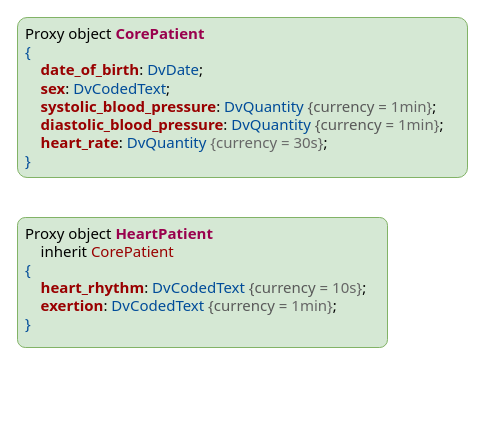
Before: docs/decision_language/diagrams/conceptual_proxy.drawio in openEHR/specifications-PROC, a draw.io diagram. Source tidied: cells renumbered, new cells numbered last; positions are measured from the earlier drawing's top-left corner, leaving out a move shared by most shapes. Both pictures are drawn from the tidied source at 100%, with x=0, y=0 at pixel (17, 17).
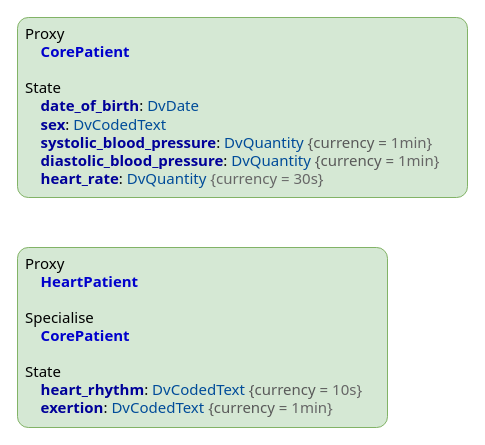
Above is the later version.

The edit, as a diff of the source:
```diff
@@
 <mxGraphModel>
   <root>
     <mxCell id="0" />
     <mxCell id="1" parent="0" />
-    <mxCell id="2" value="&lt;div style=&quot;font-size: 15px;&quot;&gt;&lt;font style=&quot;font-size: 15px&quot;&gt;&lt;span&gt;Proxy object&amp;nbsp;&lt;/span&gt;&lt;font style=&quot;font-size: 15px&quot;&gt;&lt;b style=&quot;color: rgb(153 , 0 , 77)&quot;&gt;HeartPatient&lt;/b&gt;&lt;font color=&quot;#004c99&quot;&gt;&amp;nbsp;&lt;/font&gt;&lt;/font&gt;&lt;/font&gt;&lt;/div&gt;&lt;div style=&quot;font-size: 15px;&quot;&gt;&lt;font style=&quot;font-size: 15px&quot;&gt;&lt;font style=&quot;font-size: 15px&quot;&gt;&lt;font color=&quot;#004c99&quot;&gt;&amp;nbsp; &amp;nbsp; &lt;/font&gt;inherit&lt;font color=&quot;#004c99&quot;&gt; &lt;/font&gt;&lt;font color=&quot;#990000&quot;&gt;CorePatient&lt;/font&gt;&lt;/font&gt;&lt;/font&gt;&lt;/div&gt;&lt;div style=&quot;font-size: 15px;&quot;&gt;&lt;font style=&quot;font-size: 15px&quot;&gt;&lt;font style=&quot;font-size: 15px&quot;&gt;&lt;font color=&quot;#004c99&quot;&gt;{&lt;/font&gt;&lt;/font&gt;&lt;/font&gt;&lt;/div&gt;&lt;font style=&quot;font-size: 15px&quot;&gt;&lt;b style=&quot;white-space: nowrap&quot;&gt;&lt;div style=&quot;&quot;&gt;&lt;b&gt;&lt;font color=&quot;#990000&quot; style=&quot;font-size: 15px&quot;&gt;&amp;nbsp; &amp;nbsp; heart_rhythm&lt;/font&gt;&lt;/b&gt;&lt;span style=&quot;font-weight: normal&quot;&gt;:&amp;nbsp;&lt;/span&gt;&lt;font color=&quot;#004c99&quot; style=&quot;font-weight: normal ; font-size: 15px&quot;&gt;DvCodedText&lt;/font&gt;&lt;span style=&quot;font-weight: normal&quot;&gt;&amp;nbsp;&lt;/span&gt;&lt;font color=&quot;#595959&quot; style=&quot;font-weight: normal ; font-size: 15px&quot;&gt;{currency =&amp;nbsp;&lt;/font&gt;&lt;font color=&quot;#666666&quot; style=&quot;font-weight: normal ; font-size: 15px&quot;&gt;10s}&lt;/font&gt;&lt;span style=&quot;font-weight: normal&quot;&gt;;&lt;/span&gt;&lt;/div&gt;&lt;div style=&quot;&quot;&gt;&lt;b style=&quot;&quot;&gt;&lt;div style=&quot;&quot;&gt;&lt;b&gt;&lt;font color=&quot;#990000&quot;&gt;&amp;nbsp; &amp;nbsp; exertion&lt;/font&gt;&lt;/b&gt;&lt;span style=&quot;font-weight: normal&quot;&gt;:&amp;nbsp;&lt;/span&gt;&lt;font color=&quot;#004c99&quot; style=&quot;font-weight: normal&quot;&gt;DvCodedText&lt;/font&gt;&lt;span style=&quot;font-weight: normal&quot;&gt;&amp;nbsp;&lt;/span&gt;&lt;font color=&quot;#595959&quot; style=&quot;font-weight: normal&quot;&gt;{currency =&amp;nbsp;&lt;/font&gt;&lt;font color=&quot;#666666&quot; style=&quot;font-weight: normal&quot;&gt;1min}&lt;/font&gt;&lt;span style=&quot;font-weight: normal&quot;&gt;;&lt;/span&gt;&lt;/div&gt;&lt;/b&gt;&lt;/div&gt;&lt;/b&gt;&lt;font style=&quot;white-space: nowrap ; font-size: 15px&quot;&gt;&lt;div style=&quot;&quot;&gt;&lt;span style=&quot;color: rgb(0 , 76 , 153)&quot;&gt;}&lt;/span&gt;&lt;br&gt;&lt;/div&gt;&lt;/font&gt;&lt;/font&gt;" style="rounded=1;whiteSpace=wrap;html=1;fontSize=16;arcSize=6;verticalAlign=top;fillColor=#d5e8d4;strokeColor=#82b366;fontFamily=Tahoma;align=left;spacingLeft=6;" parent="1" vertex="1">
-      <mxGeometry y="200" width="370" height="130" as="geometry" />
+    <mxCell id="2" value="&lt;div style=&quot;font-size: 15px&quot;&gt;&lt;font style=&quot;font-size: 15px&quot;&gt;&lt;span&gt;Proxy&lt;/span&gt;&lt;/font&gt;&lt;/div&gt;&lt;div style=&quot;font-size: 15px&quot;&gt;&lt;font style=&quot;font-size: 15px&quot;&gt;&lt;span&gt;&amp;nbsp; &amp;nbsp;&amp;nbsp;&lt;/span&gt;&lt;font style=&quot;font-size: 15px&quot;&gt;&lt;b&gt;&lt;font color=&quot;#0000cc&quot;&gt;HeartPatient&lt;/font&gt;&lt;/b&gt;&lt;font color=&quot;#004c99&quot;&gt;&amp;nbsp;&lt;/font&gt;&lt;/font&gt;&lt;/font&gt;&lt;/div&gt;&lt;div style=&quot;font-size: 15px&quot;&gt;&lt;font style=&quot;font-size: 15px&quot;&gt;&lt;font style=&quot;font-size: 15px&quot;&gt;&lt;font color=&quot;#004c99&quot;&gt;&lt;br&gt;&lt;/font&gt;&lt;/font&gt;&lt;/font&gt;&lt;/div&gt;&lt;div style=&quot;font-size: 15px&quot;&gt;Specialise&lt;/div&gt;&lt;div style=&quot;font-size: 15px&quot;&gt;&lt;font style=&quot;font-size: 15px&quot;&gt;&lt;font style=&quot;font-size: 15px&quot;&gt;&lt;font color=&quot;#004c99&quot;&gt;&amp;nbsp; &amp;nbsp;&amp;nbsp;&lt;/font&gt;&lt;b&gt;&lt;font color=&quot;#0000cc&quot;&gt;CorePatient&lt;/font&gt;&lt;/b&gt;&lt;/font&gt;&lt;/font&gt;&lt;/div&gt;&lt;div style=&quot;font-size: 15px&quot;&gt;&lt;br&gt;&lt;/div&gt;&lt;div style=&quot;font-size: 15px&quot;&gt;State&lt;/div&gt;&lt;font style=&quot;font-size: 15px&quot;&gt;&lt;b style=&quot;white-space: nowrap&quot;&gt;&lt;div&gt;&lt;b&gt;&lt;font color=&quot;#990000&quot; style=&quot;font-size: 15px&quot;&gt;&amp;nbsp; &amp;nbsp; &lt;/font&gt;&lt;font style=&quot;font-size: 15px&quot; color=&quot;#000099&quot;&gt;heart_rhythm&lt;/font&gt;&lt;/b&gt;&lt;span style=&quot;font-weight: normal&quot;&gt;:&amp;nbsp;&lt;/span&gt;&lt;font color=&quot;#004c99&quot; style=&quot;font-weight: normal ; font-size: 15px&quot;&gt;DvCodedText&lt;/font&gt;&lt;span style=&quot;font-weight: normal&quot;&gt;&amp;nbsp;&lt;/span&gt;&lt;font color=&quot;#595959&quot; style=&quot;font-weight: normal ; font-size: 15px&quot;&gt;{currency =&amp;nbsp;&lt;/font&gt;&lt;font color=&quot;#666666&quot; style=&quot;font-weight: normal ; font-size: 15px&quot;&gt;10s}&lt;/font&gt;&lt;/div&gt;&lt;div&gt;&lt;b&gt;&lt;div&gt;&lt;b&gt;&lt;font color=&quot;#990000&quot;&gt;&amp;nbsp; &amp;nbsp; &lt;/font&gt;&lt;font color=&quot;#000099&quot;&gt;exertion&lt;/font&gt;&lt;/b&gt;&lt;span style=&quot;font-weight: normal&quot;&gt;:&amp;nbsp;&lt;/span&gt;&lt;font color=&quot;#004c99&quot; style=&quot;font-weight: normal&quot;&gt;DvCodedText&lt;/font&gt;&lt;span style=&quot;font-weight: normal&quot;&gt;&amp;nbsp;&lt;/span&gt;&lt;font color=&quot;#595959&quot; style=&quot;font-weight: normal&quot;&gt;{currency =&amp;nbsp;&lt;/font&gt;&lt;font color=&quot;#666666&quot; style=&quot;font-weight: normal&quot;&gt;1min}&lt;/font&gt;&lt;/div&gt;&lt;/b&gt;&lt;/div&gt;&lt;/b&gt;&lt;/font&gt;" style="rounded=1;whiteSpace=wrap;html=1;fontSize=16;arcSize=6;verticalAlign=top;fillColor=#d5e8d4;strokeColor=#82b366;fontFamily=Tahoma;align=left;spacingLeft=6;" parent="1" vertex="1">
+      <mxGeometry y="230" width="370" height="180" as="geometry" />
     </mxCell>
     <mxCell id="3" value="&lt;font style=&quot;font-size: 14px&quot;&gt;&lt;br&gt;&lt;/font&gt;" style="text;html=1;align=left;verticalAlign=middle;fontSize=12;fontFamily=Tahoma;" parent="1" vertex="1">
       <mxGeometry x="360" y="335.5" width="20" height="20" as="geometry" />
     </mxCell>
-    <mxCell id="4" value="&lt;div style=&quot;font-size: 15px&quot;&gt;&lt;font style=&quot;font-size: 15px&quot;&gt;&lt;span&gt;Proxy object &lt;/span&gt;&lt;font style=&quot;font-size: 15px&quot;&gt;&lt;b style=&quot;color: rgb(153 , 0 , 77)&quot;&gt;CorePatient&lt;/b&gt;&lt;font color=&quot;#004c99&quot;&gt;&amp;nbsp;&lt;/font&gt;&lt;/font&gt;&lt;/font&gt;&lt;/div&gt;&lt;div style=&quot;font-size: 15px&quot;&gt;&lt;font style=&quot;font-size: 15px&quot;&gt;&lt;font style=&quot;font-size: 15px&quot;&gt;&lt;font color=&quot;#004c99&quot;&gt;{&lt;/font&gt;&lt;/font&gt;&lt;/font&gt;&lt;/div&gt;&lt;font style=&quot;font-size: 15px&quot;&gt;&lt;b style=&quot;white-space: nowrap&quot;&gt;&lt;font color=&quot;#990000&quot;&gt;&amp;nbsp; &amp;nbsp; date_of_birth&lt;/font&gt;&lt;/b&gt;&lt;span style=&quot;white-space: nowrap&quot;&gt;:&amp;nbsp;&lt;/span&gt;&lt;font color=&quot;#004c99&quot; style=&quot;white-space: nowrap&quot;&gt;DvDate&lt;/font&gt;&lt;span style=&quot;white-space: nowrap&quot;&gt;;&lt;/span&gt;&lt;b style=&quot;white-space: nowrap&quot;&gt;&lt;div&gt;&lt;b&gt;&lt;font color=&quot;#990000&quot;&gt;&amp;nbsp; &amp;nbsp; sex&lt;/font&gt;&lt;/b&gt;&lt;span style=&quot;font-weight: 400&quot;&gt;:&amp;nbsp;&lt;/span&gt;&lt;font color=&quot;#004c99&quot; style=&quot;font-weight: 400&quot;&gt;DvCodedText&lt;/font&gt;&lt;span style=&quot;font-weight: 400&quot;&gt;;&lt;/span&gt;&lt;/div&gt;&lt;div&gt;&lt;b&gt;&lt;font color=&quot;#990000&quot; style=&quot;font-size: 15px&quot;&gt;&amp;nbsp; &amp;nbsp; systolic_blood_pressure&lt;/font&gt;&lt;/b&gt;&lt;span style=&quot;font-weight: normal&quot;&gt;:&amp;nbsp;&lt;/span&gt;&lt;font color=&quot;#004c99&quot; style=&quot;font-weight: normal ; font-size: 15px&quot;&gt;DvQuantity&lt;/font&gt;&lt;span style=&quot;font-weight: normal&quot;&gt;&amp;nbsp;&lt;/span&gt;&lt;font color=&quot;#595959&quot; style=&quot;font-weight: normal ; font-size: 15px&quot;&gt;{currency =&amp;nbsp;&lt;/font&gt;&lt;font color=&quot;#666666&quot; style=&quot;font-weight: normal ; font-size: 15px&quot;&gt;1min}&lt;/font&gt;&lt;span style=&quot;font-weight: normal&quot;&gt;;&lt;/span&gt;&lt;/div&gt;&lt;div&gt;&lt;b&gt;&lt;font color=&quot;#990000&quot;&gt;&amp;nbsp; &amp;nbsp; diastolic_blood_pressure&lt;/font&gt;&lt;/b&gt;&lt;span style=&quot;font-weight: normal&quot;&gt;:&amp;nbsp;&lt;/span&gt;&lt;font color=&quot;#004c99&quot; style=&quot;font-weight: normal&quot;&gt;DvQuantity&lt;/font&gt;&lt;span style=&quot;font-weight: normal&quot;&gt;&amp;nbsp;&lt;/span&gt;&lt;font color=&quot;#595959&quot; style=&quot;font-weight: normal&quot;&gt;{currency =&amp;nbsp;&lt;/font&gt;&lt;font color=&quot;#666666&quot; style=&quot;font-weight: normal&quot;&gt;1min}&lt;/font&gt;&lt;span style=&quot;font-weight: normal&quot;&gt;;&lt;/span&gt;&lt;span style=&quot;font-weight: normal&quot;&gt;&lt;br&gt;&lt;/span&gt;&lt;/div&gt;&lt;/b&gt;&lt;font style=&quot;white-space: nowrap ; font-size: 15px&quot;&gt;&lt;div&gt;&lt;font color=&quot;#990000&quot; style=&quot;color: rgb(153 , 0 , 0) ; font-size: 15px&quot;&gt;&lt;b&gt;&amp;nbsp; &amp;nbsp; heart_rate&lt;/b&gt;&lt;/font&gt;&lt;span style=&quot;color: rgb(0 , 0 , 0)&quot;&gt;:&amp;nbsp;&lt;/span&gt;&lt;font color=&quot;#004c99&quot; style=&quot;font-size: 15px&quot;&gt;DvQuantity&lt;/font&gt;&lt;span style=&quot;color: rgb(0 , 0 , 0)&quot;&gt;&amp;nbsp;&lt;/span&gt;&lt;font style=&quot;font-size: 15px&quot; color=&quot;#666666&quot;&gt;{currency = 30s}&lt;/font&gt;&lt;font style=&quot;font-size: 15px&quot;&gt;;&lt;/font&gt;&lt;/div&gt;&lt;div&gt;&lt;font color=&quot;#004c99&quot;&gt;}&lt;/font&gt;&lt;/div&gt;&lt;/font&gt;&lt;/font&gt;" style="rounded=1;whiteSpace=wrap;html=1;fontSize=16;arcSize=6;verticalAlign=top;fillColor=#d5e8d4;strokeColor=#82b366;fontFamily=Tahoma;align=left;spacingLeft=6;" parent="1" vertex="1">
-      <mxGeometry width="450" height="160" as="geometry" />
+    <mxCell id="4" value="&lt;div style=&quot;font-size: 15px&quot;&gt;&lt;font style=&quot;font-size: 15px&quot;&gt;&lt;span&gt;Proxy&lt;/span&gt;&lt;/font&gt;&lt;/div&gt;&lt;div style=&quot;font-size: 15px&quot;&gt;&lt;font style=&quot;font-size: 15px&quot;&gt;&lt;font style=&quot;font-size: 15px&quot;&gt;&amp;nbsp; &amp;nbsp;&amp;nbsp;&lt;b&gt;&lt;font color=&quot;#0000cc&quot;&gt;CorePatient&lt;/font&gt;&lt;/b&gt;&lt;/font&gt;&lt;/font&gt;&lt;/div&gt;&lt;div style=&quot;font-size: 15px&quot;&gt;&lt;font style=&quot;font-size: 15px&quot;&gt;&lt;font style=&quot;font-size: 15px&quot;&gt;&lt;b style=&quot;color: rgb(153 , 0 , 77)&quot;&gt;&lt;br&gt;&lt;/b&gt;&lt;/font&gt;&lt;/font&gt;&lt;/div&gt;&lt;div style=&quot;font-size: 15px&quot;&gt;State&lt;/div&gt;&lt;font style=&quot;font-size: 15px&quot;&gt;&lt;b style=&quot;white-space: nowrap&quot;&gt;&lt;font color=&quot;#990000&quot;&gt;&amp;nbsp; &amp;nbsp; &lt;/font&gt;&lt;font color=&quot;#000099&quot;&gt;date_of_birth&lt;/font&gt;&lt;/b&gt;&lt;span style=&quot;white-space: nowrap&quot;&gt;:&amp;nbsp;&lt;/span&gt;&lt;font color=&quot;#004c99&quot; style=&quot;white-space: nowrap&quot;&gt;DvDate&lt;/font&gt;&lt;b style=&quot;white-space: nowrap&quot;&gt;&lt;div&gt;&lt;b&gt;&lt;font color=&quot;#990000&quot;&gt;&amp;nbsp; &amp;nbsp; &lt;/font&gt;&lt;font color=&quot;#000099&quot;&gt;sex&lt;/font&gt;&lt;/b&gt;&lt;span style=&quot;font-weight: 400&quot;&gt;:&amp;nbsp;&lt;/span&gt;&lt;font color=&quot;#004c99&quot; style=&quot;font-weight: 400&quot;&gt;DvCodedText&lt;/font&gt;&lt;/div&gt;&lt;div&gt;&lt;b&gt;&lt;font color=&quot;#990000&quot; style=&quot;font-size: 15px&quot;&gt;&amp;nbsp; &amp;nbsp; &lt;/font&gt;&lt;font style=&quot;font-size: 15px&quot; color=&quot;#000099&quot;&gt;systolic_blood_pressure&lt;/font&gt;&lt;/b&gt;&lt;span style=&quot;font-weight: normal&quot;&gt;:&amp;nbsp;&lt;/span&gt;&lt;font color=&quot;#004c99&quot; style=&quot;font-weight: normal ; font-size: 15px&quot;&gt;DvQuantity&lt;/font&gt;&lt;span style=&quot;font-weight: normal&quot;&gt;&amp;nbsp;&lt;/span&gt;&lt;font color=&quot;#595959&quot; style=&quot;font-weight: normal ; font-size: 15px&quot;&gt;{currency =&amp;nbsp;&lt;/font&gt;&lt;font color=&quot;#666666&quot; style=&quot;font-weight: normal ; font-size: 15px&quot;&gt;1min}&lt;/font&gt;&lt;/div&gt;&lt;div&gt;&lt;b&gt;&lt;font color=&quot;#990000&quot;&gt;&amp;nbsp; &amp;nbsp; &lt;/font&gt;&lt;font color=&quot;#000099&quot;&gt;diastolic_blood_pressure&lt;/font&gt;&lt;/b&gt;&lt;span style=&quot;font-weight: normal&quot;&gt;:&amp;nbsp;&lt;/span&gt;&lt;font color=&quot;#004c99&quot; style=&quot;font-weight: normal&quot;&gt;DvQuantity&lt;/font&gt;&lt;span style=&quot;font-weight: normal&quot;&gt;&amp;nbsp;&lt;/span&gt;&lt;font color=&quot;#595959&quot; style=&quot;font-weight: normal&quot;&gt;{currency =&amp;nbsp;&lt;/font&gt;&lt;font color=&quot;#666666&quot; style=&quot;font-weight: normal&quot;&gt;1min}&lt;/font&gt;&lt;span style=&quot;font-weight: normal&quot;&gt;&lt;br&gt;&lt;/span&gt;&lt;/div&gt;&lt;/b&gt;&lt;font style=&quot;white-space: nowrap ; font-size: 15px&quot;&gt;&lt;div&gt;&lt;font style=&quot;font-size: 15px&quot;&gt;&lt;b&gt;&lt;font color=&quot;#990000&quot;&gt;&amp;nbsp; &amp;nbsp; &lt;/font&gt;&lt;font color=&quot;#000099&quot;&gt;heart_rate&lt;/font&gt;&lt;/b&gt;&lt;/font&gt;&lt;span style=&quot;color: rgb(0 , 0 , 0)&quot;&gt;:&amp;nbsp;&lt;/span&gt;&lt;font color=&quot;#004c99&quot; style=&quot;font-size: 15px&quot;&gt;DvQuantity&lt;/font&gt;&lt;span style=&quot;color: rgb(0 , 0 , 0)&quot;&gt;&amp;nbsp;&lt;/span&gt;&lt;font style=&quot;font-size: 15px&quot; color=&quot;#666666&quot;&gt;{currency = 30s}&lt;/font&gt;&lt;/div&gt;&lt;/font&gt;&lt;/font&gt;" style="rounded=1;whiteSpace=wrap;html=1;fontSize=16;arcSize=6;verticalAlign=top;fillColor=#d5e8d4;strokeColor=#82b366;fontFamily=Tahoma;align=left;spacingLeft=6;" parent="1" vertex="1">
+      <mxGeometry width="450" height="180" as="geometry" />
     </mxCell>
   </root>
 </mxGraphModel>
```
